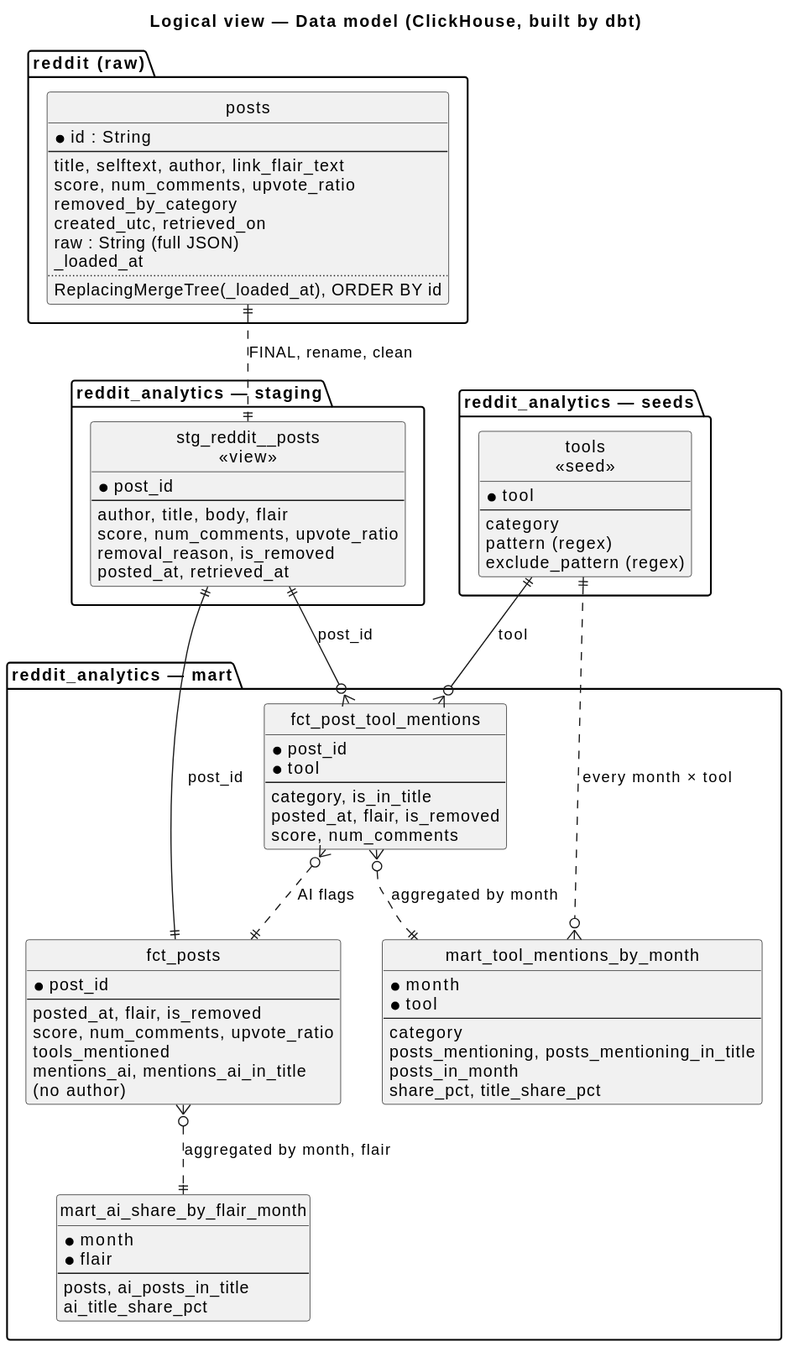
modsomjeed/reddit-dataeng keeps this PlantUML diagram as docs/architecture/diagrams/logical-data-model.svg. Above is the earlier version.
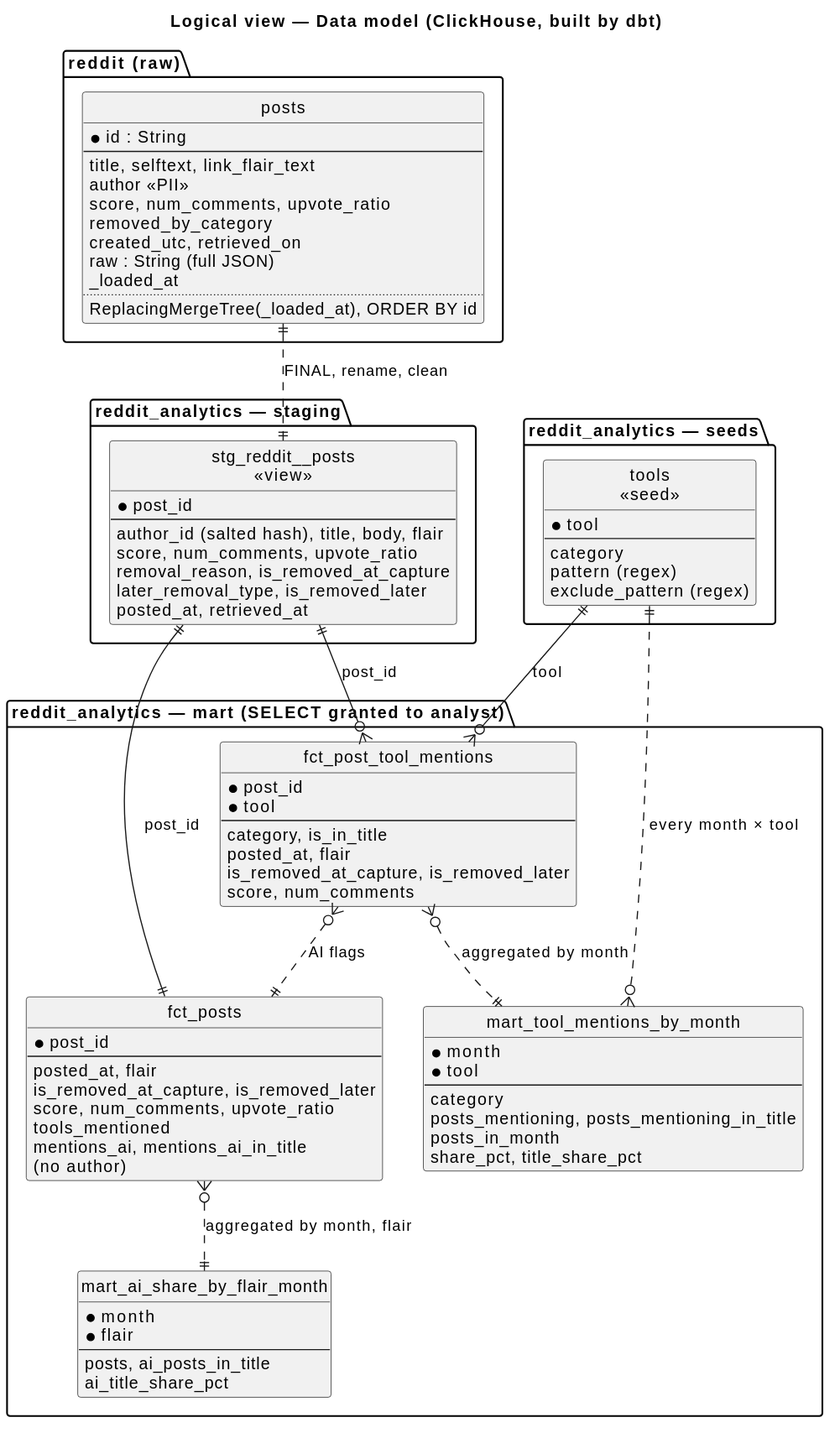
The same file after the commit.

What changed in the source:
```diff
@@ -8,7 +8,8 @@
   entity "posts" as raw {
     * id : String
     --
-    title, selftext, author, link_flair_text
+    title, selftext, link_flair_text
+    author <<PII>>
     score, num_comments, upvote_ratio
     removed_by_category
     created_utc, retrieved_on
@@ -23,9 +24,10 @@
   entity "stg_reddit__posts\n<<view>>" as stg {
     * post_id
     --
-    author, title, body, flair
+    author_id (salted hash), title, body, flair
     score, num_comments, upvote_ratio
-    removal_reason, is_removed
+    removal_reason, is_removed_at_capture
+    later_removal_type, is_removed_later
     posted_at, retrieved_at
   }
 }
@@ -40,19 +42,21 @@
   }
 }
 
-package "reddit_analytics — mart" {
+package "reddit_analytics — mart  (SELECT granted to analyst)" {
   entity "fct_post_tool_mentions" as fptm {
     * post_id
     * tool
     --
     category, is_in_title
-    posted_at, flair, is_removed
+    posted_at, flair
+    is_removed_at_capture, is_removed_later
     score, num_comments
   }
   entity "fct_posts" as fp {
     * post_id
     --
-    posted_at, flair, is_removed
+    posted_at, flair
+    is_removed_at_capture, is_removed_later
     score, num_comments, upvote_ratio
     tools_mentioned
     mentions_ai, mentions_ai_in_title
```
